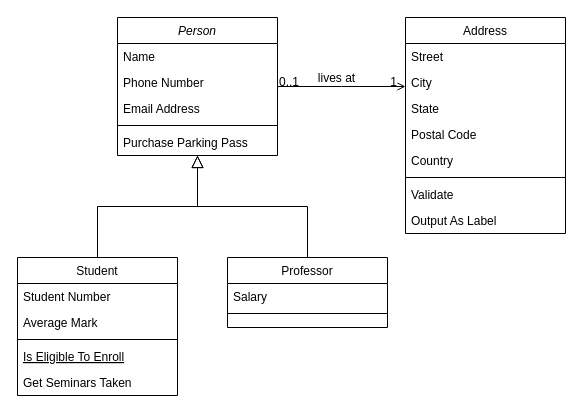
Above: Untitled Diagram.drawio in Germiprogramer/PIEDRITATX (draw.io), before the change. Source tidied: cells renumbered, new cells numbered last; positions are measured from the earlier drawing's top-left corner, leaving out a move shared by most shapes. Both pictures are drawn from the tidied source at 100%, with x=0, y=0 at pixel (17, 17).
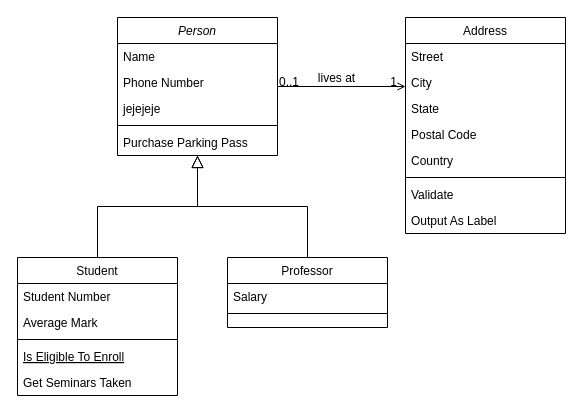
The same page after the edit.

Commit message:
hola claudia

The change refers to these unchanged cells:
```xml
<mxCell id="2" value="Person" style="swimlane;fontStyle=2;align=center;verticalAlign=top;horizontal=1;startSize=26;rounded=0;shadow=0;strokeWidth=1;" parent="1" vertex="1">
  <mxGeometry x="100" width="160" height="138" as="geometry" />
</mxCell>
```

Diff of the diagram source:
```diff
@@
-    <mxCell id="5" value="Email Address" style="text;align=left;verticalAlign=top;spacingLeft=4;spacingRight=4;overflow=hidden;rounded=0;shadow=0;html=0;" parent="2" vertex="1">
+    <mxCell id="5" value="jejejeje&#10;&#10;&#10;" style="text;align=left;verticalAlign=top;spacingLeft=4;spacingRight=4;overflow=hidden;rounded=0;shadow=0;html=0;" parent="2" vertex="1">
       <mxGeometry y="78" width="160" height="26" as="geometry" />
     </mxCell>
```
